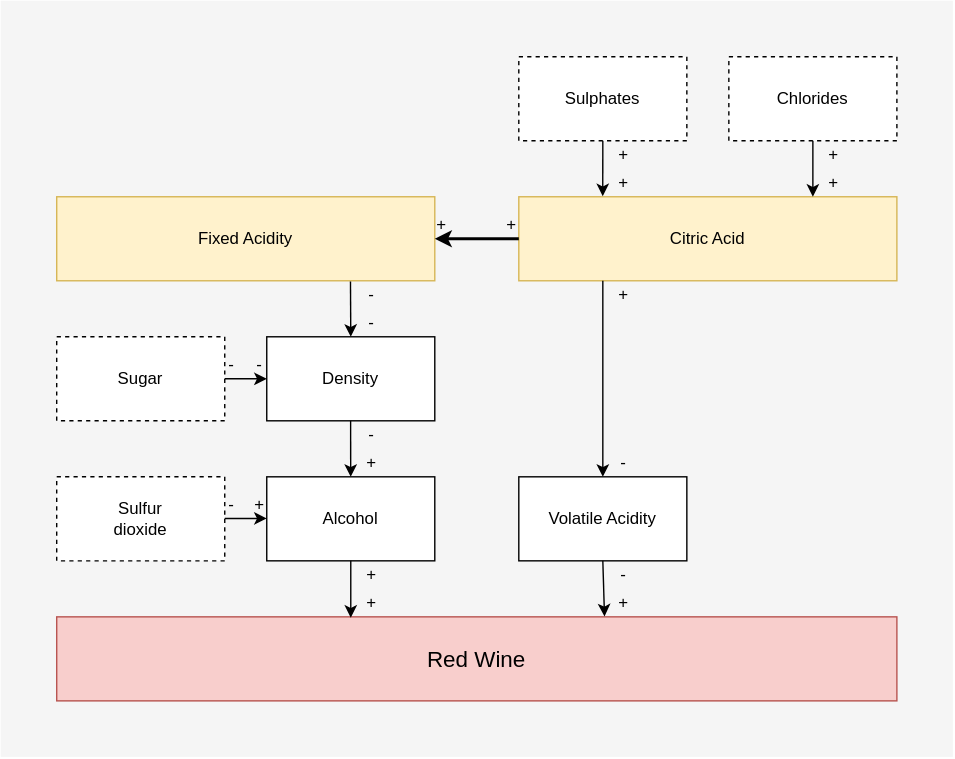
The draw.io diagram wine.svg in Joffreybvn/wine-quality-analysis, before a commit. Source tidied: cells renumbered, new cells last; positions are measured from the earlier drawing's top-left corner, leaving out a move shared by most shapes.
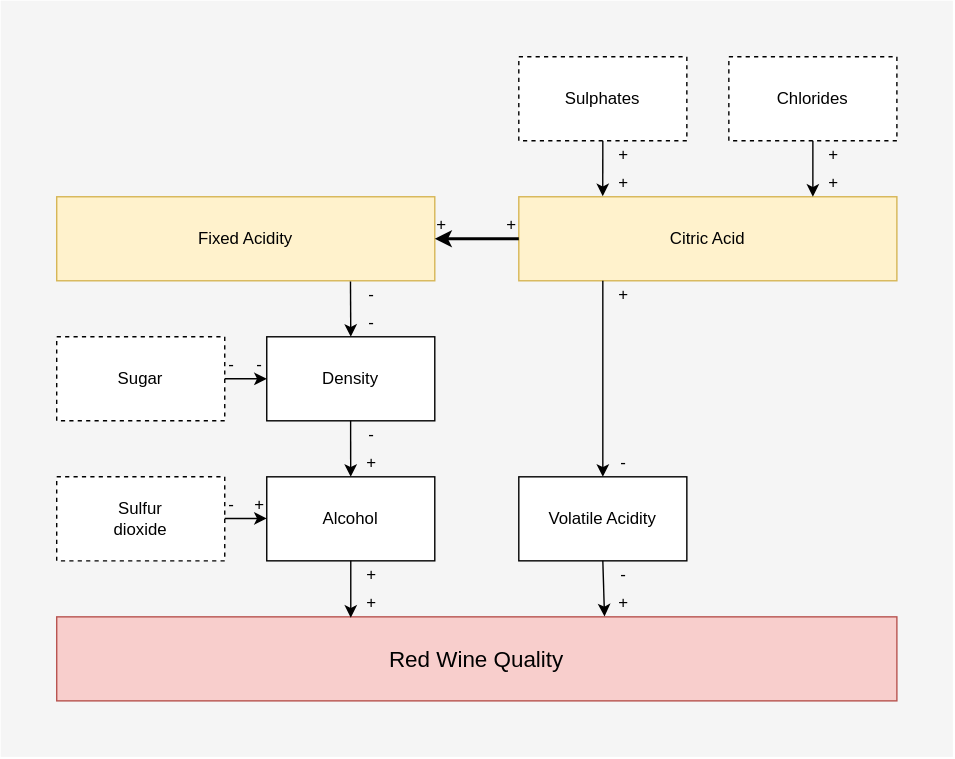
After the change.

Diff of the diagram source:
```diff
@@ -8,7 +8,7 @@
     <mxCell id="3" style="rounded=0;whiteSpace=wrap;html=1;fillColor=#f8cecc;strokeColor=#b85450;" parent="1" vertex="1">
       <mxGeometry x="40" y="440" width="600" height="60" as="geometry" />
     </mxCell>
-    <mxCell id="4" value="&lt;font style=&quot;font-size: 16px&quot;&gt;Red Wine&lt;/font&gt;" style="text;html=1;strokeColor=none;fillColor=none;align=center;verticalAlign=middle;whiteSpace=wrap;rounded=0;" parent="1" vertex="1">
+    <mxCell id="4" value="&lt;font style=&quot;font-size: 16px&quot;&gt;Red Wine Quality&lt;/font&gt;" style="text;html=1;strokeColor=none;fillColor=none;align=center;verticalAlign=middle;whiteSpace=wrap;rounded=0;" parent="1" vertex="1">
       <mxGeometry x="40" y="460" width="600" height="20" as="geometry" />
     </mxCell>
     <mxCell id="5" style="rounded=0;whiteSpace=wrap;html=1;dashed=1;" parent="1" vertex="1">
```
